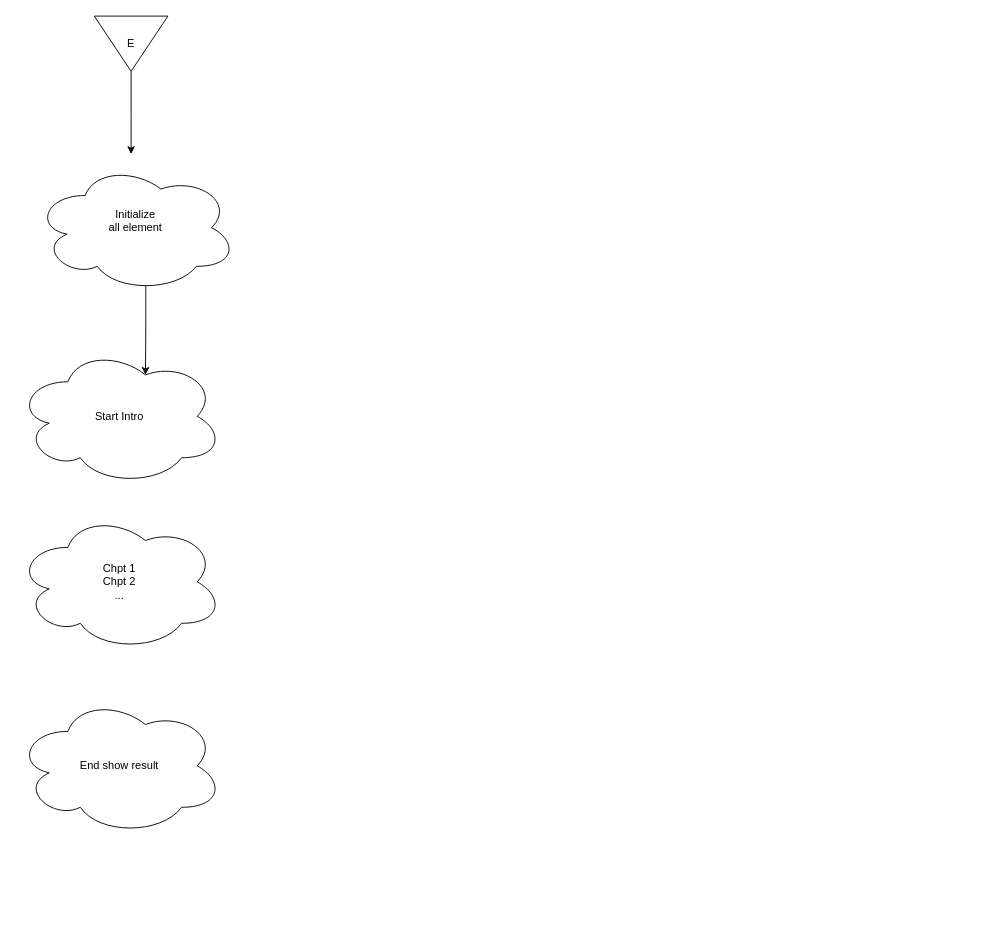
David-Melik/pimpMyHouse keeps this draw.io diagram as pimpMyHouse.drawio. Above is the earlier version. Source tidied: cells renumbered, new cells numbered last; positions are measured from the earlier drawing's top-left corner, leaving out a move shared by most shapes. Both pictures are drawn from the tidied source at 92%, with x=0, y=0 at pixel (16, 16).
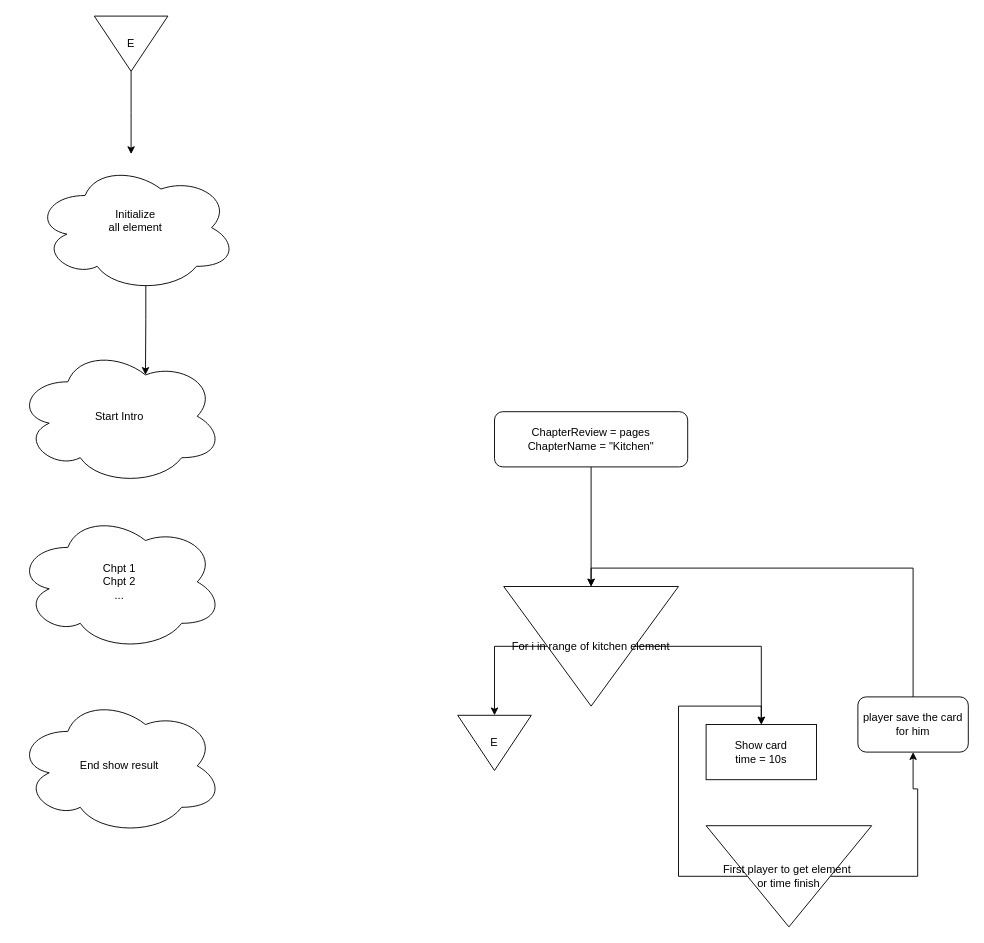
After the change.

Diff of the diagram source:
```diff
@@
+    <mxCell id="9" style="edgeStyle=orthogonalEdgeStyle;rounded=0;jettySize=auto;html=1;exitX=0.5;exitY=1;exitDx=0;exitDy=0;entryX=0;entryY=0.5;entryDx=0;entryDy=0;" parent="1" edge="1" source="10" target="13">
+      <mxGeometry relative="1" as="geometry" />
+    </mxCell>
+    <mxCell id="10" value="ChapterReview = pages&lt;div&gt;ChapterName = &quot;Kitchen&quot;&lt;/div&gt;" style="rounded=1;whiteSpace=wrap;html=1;" parent="1" vertex="1">
+      <mxGeometry x="520" y="430" width="210" height="60" as="geometry" />
+    </mxCell>
+    <mxCell id="11" style="edgeStyle=orthogonalEdgeStyle;rounded=0;jettySize=auto;html=1;exitX=0.5;exitY=0;exitDx=0;exitDy=0;entryX=0.5;entryY=0;entryDx=0;entryDy=0;" parent="1" edge="1" source="13" target="14">
+      <mxGeometry relative="1" as="geometry" />
+    </mxCell>
+    <mxCell id="12" style="edgeStyle=orthogonalEdgeStyle;rounded=0;jettySize=auto;html=1;exitX=0.5;exitY=1;exitDx=0;exitDy=0;entryX=0;entryY=0.5;entryDx=0;entryDy=0;" parent="1" edge="1" source="13" target="20">
+      <mxGeometry relative="1" as="geometry">
+        <Array as="points">
+          <mxPoint x="520" y="685" />
+        </Array>
+      </mxGeometry>
+    </mxCell>
+    <mxCell id="13" value="For i in range of kitchen element" style="triangle;whiteSpace=wrap;html=1;direction=south;" parent="1" vertex="1">
+      <mxGeometry x="530" y="620" width="190" height="130" as="geometry" />
+    </mxCell>
+    <mxCell id="14" value="Show card&lt;div&gt;time = 10s&lt;/div&gt;" style="rounded=0;whiteSpace=wrap;html=1;" parent="1" vertex="1">
+      <mxGeometry x="750" y="770" width="120" height="60" as="geometry" />
+    </mxCell>
+    <mxCell id="15" style="edgeStyle=orthogonalEdgeStyle;rounded=0;jettySize=auto;html=1;exitX=0.5;exitY=1;exitDx=0;exitDy=0;entryX=0.5;entryY=0;entryDx=0;entryDy=0;" parent="1" edge="1" source="18" target="14">
+      <mxGeometry relative="1" as="geometry">
+        <Array as="points">
+          <mxPoint x="720" y="935" />
+          <mxPoint x="720" y="750" />
+          <mxPoint x="810" y="750" />
+        </Array>
+      </mxGeometry>
+    </mxCell>
+    <mxCell id="16" style="edgeStyle=orthogonalEdgeStyle;rounded=0;jettySize=auto;html=1;exitX=0.5;exitY=0;exitDx=0;exitDy=0;entryX=0;entryY=0.5;entryDx=0;entryDy=0;" parent="1" edge="1" source="19" target="13">
+      <mxGeometry relative="1" as="geometry">
+        <Array as="points">
+          <mxPoint x="625" y="600" />
+        </Array>
+      </mxGeometry>
+    </mxCell>
+    <mxCell id="17" style="edgeStyle=orthogonalEdgeStyle;rounded=0;jettySize=auto;html=1;exitX=0.5;exitY=0;exitDx=0;exitDy=0;entryX=0.5;entryY=1;entryDx=0;entryDy=0;" parent="1" edge="1" source="18" target="19">
+      <mxGeometry relative="1" as="geometry">
+        <Array as="points">
+          <mxPoint x="980" y="935" />
+          <mxPoint x="980" y="840" />
+          <mxPoint x="975" y="840" />
+        </Array>
+      </mxGeometry>
+    </mxCell>
+    <mxCell id="18" value="First player to get element&amp;nbsp;&lt;br&gt;or time finish" style="triangle;whiteSpace=wrap;html=1;direction=south;" parent="1" vertex="1">
+      <mxGeometry x="750" y="880" width="180" height="110" as="geometry" />
+    </mxCell>
+    <mxCell id="19" value="player save the card for him" style="rounded=1;whiteSpace=wrap;html=1;" parent="1" vertex="1">
+      <mxGeometry x="915" y="740" width="120" height="60" as="geometry" />
+    </mxCell>
+    <mxCell id="20" value="E" style="triangle;whiteSpace=wrap;html=1;direction=south;" parent="1" vertex="1">
+      <mxGeometry x="480" y="760" width="80" height="60" as="geometry" />
+    </mxCell>
```
